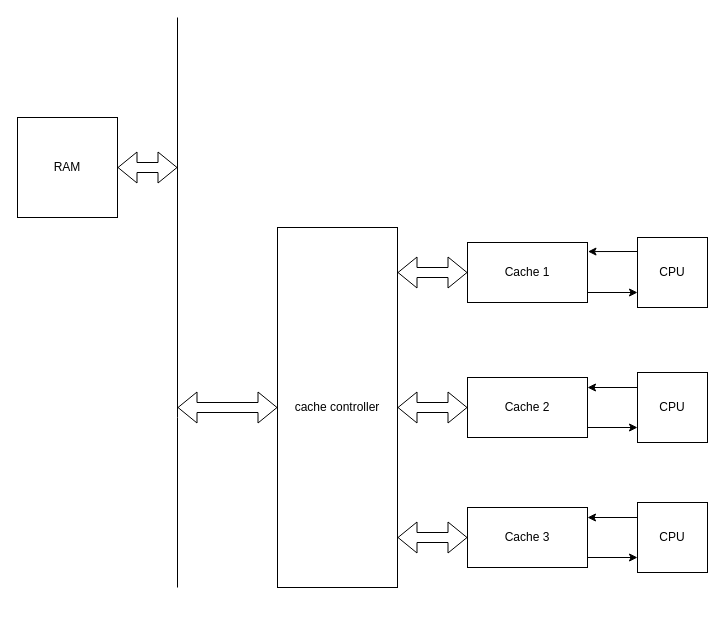
Earlier version of the draw.io diagram page "Pagină-1" (1 of 5) of proiect/design.drawio (ovidiu7890/SnoopingCache). Source tidied: cells renumbered, new cells numbered last; positions are measured from the earlier drawing's top-left corner, leaving out a move shared by most shapes. Both pictures are drawn from the tidied source at 100%, with x=0, y=0 at pixel (17, 17).
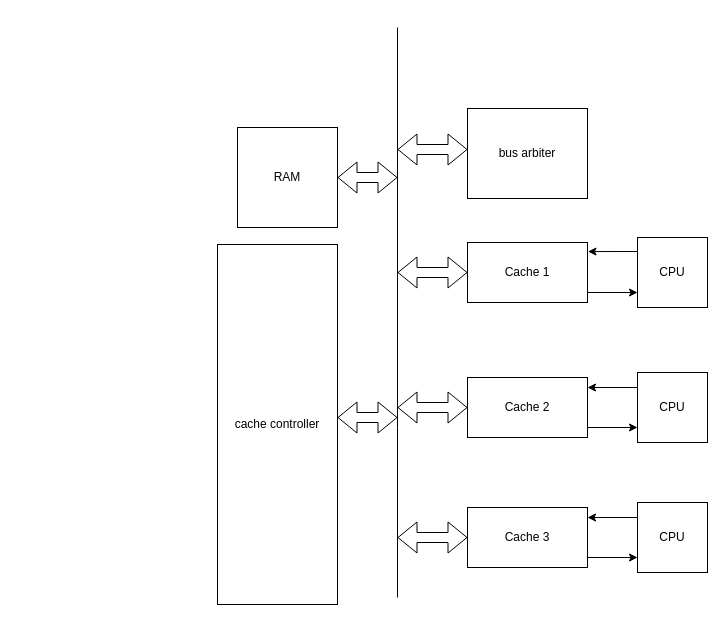
Above is the later version.

Unchanged cells that the change refers to:
```xml
<mxCell id="4" value="Cache 2" style="rounded=0;whiteSpace=wrap;html=1;" parent="1" vertex="1">
  <mxGeometry x="450" y="360" width="120" height="60" as="geometry" />
</mxCell>
```

Diff of the diagram source:
```diff
@@
     <mxCell id="2" value="RAM" style="whiteSpace=wrap;html=1;" parent="1" vertex="1">
-      <mxGeometry y="100" width="100" height="100" as="geometry" />
+      <mxGeometry x="220" y="110" width="100" height="100" as="geometry" />
     </mxCell>
@@
     <mxCell id="5" style="endArrow=none;html=1;rounded=0;" parent="1" edge="1">
       <mxGeometry relative="1" as="geometry">
-        <mxPoint x="160" y="570" as="sourcePoint" />
-        <mxPoint x="160" as="targetPoint" />
+        <mxPoint x="380" y="580" as="sourcePoint" />
+        <mxPoint x="380" y="10" as="targetPoint" />
         <Array as="points">
-          <mxPoint x="160" y="400" />
+          <mxPoint x="380" y="410" />
         </Array>
       </mxGeometry>
     </mxCell>
@@
-    <mxCell id="13" style="shape=flexArrow;endArrow=classic;startArrow=classic;html=1;rounded=0;entryX=0;entryY=0.5;entryDx=0;entryDy=0;" parent="1" edge="1" target="4">
+    <mxCell id="13" style="shape=flexArrow;endArrow=classic;startArrow=classic;html=1;rounded=0;" parent="1" edge="1">
       <mxGeometry relative="1" as="geometry">
         <mxPoint x="380" y="390" as="sourcePoint" />
+        <mxPoint x="450" y="390" as="targetPoint" />
       </mxGeometry>
     </mxCell>
@@
     <mxCell id="19" style="shape=flexArrow;endArrow=classic;startArrow=classic;html=1;rounded=0;exitX=1;exitY=0.5;exitDx=0;exitDy=0;" parent="1" edge="1" source="2">
       <mxGeometry relative="1" as="geometry">
-        <mxPoint x="160" y="150" as="targetPoint" />
+        <mxPoint x="380" y="160" as="targetPoint" />
       </mxGeometry>
     </mxCell>
     <mxCell id="20" value="cache controller" style="rounded=0;whiteSpace=wrap;html=1;" parent="1" vertex="1">
-      <mxGeometry x="260" y="210" width="120" height="360" as="geometry" />
+      <mxGeometry x="200" y="227" width="120" height="360" as="geometry" />
     </mxCell>
-    <mxCell id="21" style="shape=flexArrow;endArrow=classic;startArrow=classic;html=1;rounded=0;entryX=0;entryY=0.5;entryDx=0;entryDy=0;" parent="1" edge="1" target="20">
+    <mxCell id="21" style="shape=flexArrow;endArrow=classic;startArrow=classic;html=1;rounded=0;" parent="1" edge="1">
       <mxGeometry relative="1" as="geometry">
-        <mxPoint x="160" y="390" as="sourcePoint" />
+        <mxPoint x="380" y="400" as="sourcePoint" />
+        <mxPoint x="320" y="400" as="targetPoint" />
       </mxGeometry>
     </mxCell>
+    <mxCell id="22" value="bus arbiter" style="rounded=0;whiteSpace=wrap;html=1;" parent="1" vertex="1">
+      <mxGeometry x="450" y="91" width="120" height="90" as="geometry" />
+    </mxCell>
+    <mxCell id="23" style="shape=flexArrow;endArrow=classic;startArrow=classic;html=1;rounded=0;entryX=0;entryY=0.5;entryDx=0;entryDy=0;" parent="1" edge="1">
+      <mxGeometry relative="1" as="geometry">
+        <mxPoint x="380" y="132" as="sourcePoint" />
+        <mxPoint x="450" y="132" as="targetPoint" />
+      </mxGeometry>
+    </mxCell>
```
